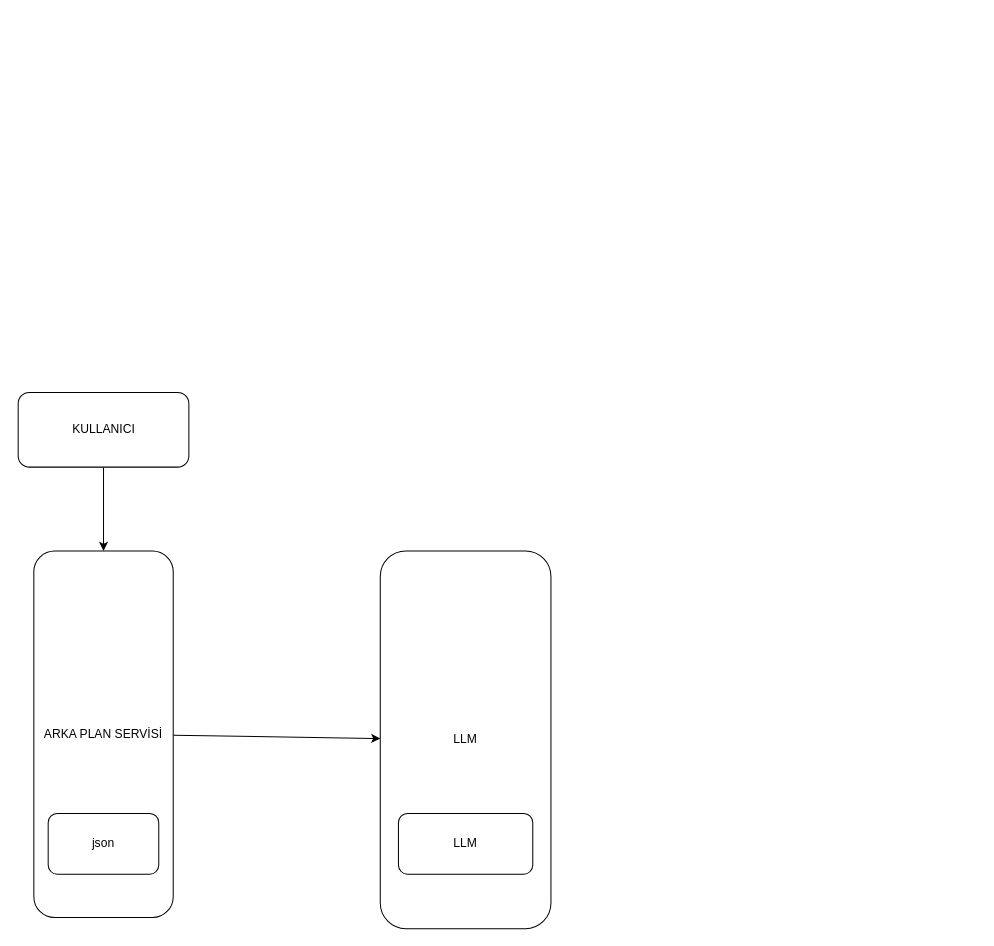
Before: _.drawio in thmeaN/LLM-BOT, a draw.io diagram. Source tidied: cells renumbered, new cells numbered last; positions are measured from the earlier drawing's top-left corner, leaving out a move shared by most shapes. Both pictures are drawn from the tidied source at 101%, with x=0, y=0 at pixel (17, 392).
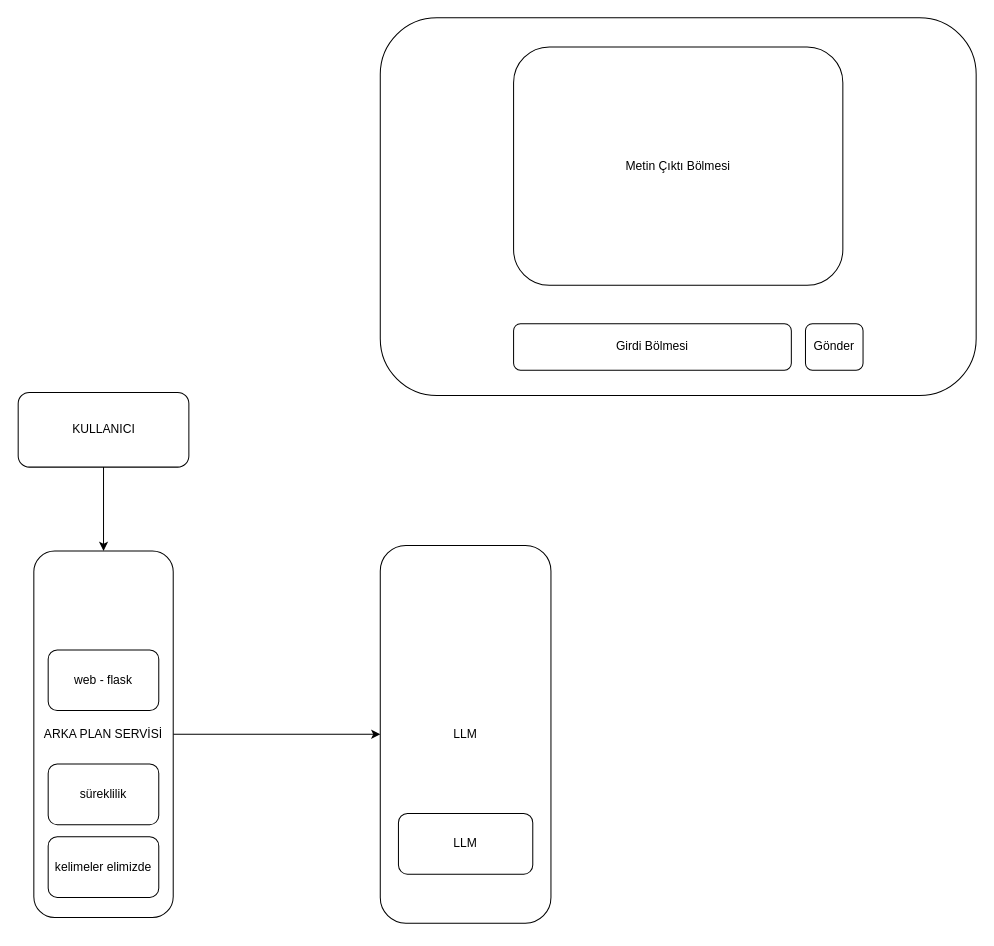
After the change.

The edit, as a diff of the source:
```diff
@@
 <mxGraphModel>
   <root>
     <mxCell id="0" />
     <mxCell id="1" parent="0" />
     <mxCell id="2" style="edgeStyle=none;html=1;" parent="1" edge="1" source="3" target="4">
       <mxGeometry relative="1" as="geometry" />
     </mxCell>
     <mxCell id="3" value="ARKA PLAN SERVİSİ" style="rounded=1;whiteSpace=wrap;html=1;" parent="1" vertex="1">
       <mxGeometry x="16" y="157" width="138" height="363" as="geometry" />
     </mxCell>
     <mxCell id="4" value="LLM" style="rounded=1;whiteSpace=wrap;html=1;" parent="1" vertex="1">
-      <mxGeometry x="359" y="157" width="169" height="374" as="geometry" />
+      <mxGeometry x="359" y="151.5" width="169" height="374" as="geometry" />
     </mxCell>
     <mxCell id="5" style="edgeStyle=none;html=1;" parent="1" edge="1" source="6" target="3">
       <mxGeometry relative="1" as="geometry" />
     </mxCell>
     <mxCell id="6" value="KULLANICI" style="rounded=1;whiteSpace=wrap;html=1;" parent="1" vertex="1">
       <mxGeometry x="0.5" width="169" height="74" as="geometry" />
     </mxCell>
     <mxCell id="7" value="LLM" style="rounded=1;whiteSpace=wrap;html=1;" parent="1" vertex="1">
       <mxGeometry x="377" y="417" width="133" height="60" as="geometry" />
     </mxCell>
-    <mxCell id="8" value="json" style="rounded=1;whiteSpace=wrap;html=1;" parent="1" vertex="1">
-      <mxGeometry x="30.2" y="417" width="109.5" height="60" as="geometry" />
+    <mxCell id="8" value="kelimeler elimizde" style="rounded=1;whiteSpace=wrap;html=1;" parent="1" vertex="1">
+      <mxGeometry x="30.2" y="440" width="109.5" height="60" as="geometry" />
     </mxCell>
+    <mxCell id="9" value="süreklilik" style="rounded=1;whiteSpace=wrap;html=1;" parent="1" vertex="1">
+      <mxGeometry x="30.2" y="368" width="109.5" height="60" as="geometry" />
+    </mxCell>
+    <mxCell id="10" value="web - flask" style="rounded=1;whiteSpace=wrap;html=1;" parent="1" vertex="1">
+      <mxGeometry x="30.2" y="255" width="109.5" height="60" as="geometry" />
+    </mxCell>
+    <mxCell id="11" style="rounded=1;whiteSpace=wrap;html=1;" parent="1" vertex="1">
+      <mxGeometry x="359" y="-371" width="590" height="374" as="geometry" />
+    </mxCell>
+    <mxCell id="12" value="Metin Çıktı Bölmesi" style="rounded=1;whiteSpace=wrap;html=1;" parent="1" vertex="1">
+      <mxGeometry x="491" y="-342" width="326" height="236" as="geometry" />
+    </mxCell>
+    <mxCell id="13" value="Girdi Bölmesi" style="rounded=1;whiteSpace=wrap;html=1;" parent="1" vertex="1">
+      <mxGeometry x="491" y="-68" width="275" height="46" as="geometry" />
+    </mxCell>
+    <mxCell id="14" value="Gönder" style="rounded=1;whiteSpace=wrap;html=1;" parent="1" vertex="1">
+      <mxGeometry x="780" y="-68" width="57" height="46" as="geometry" />
+    </mxCell>
   </root>
 </mxGraphModel>
```
